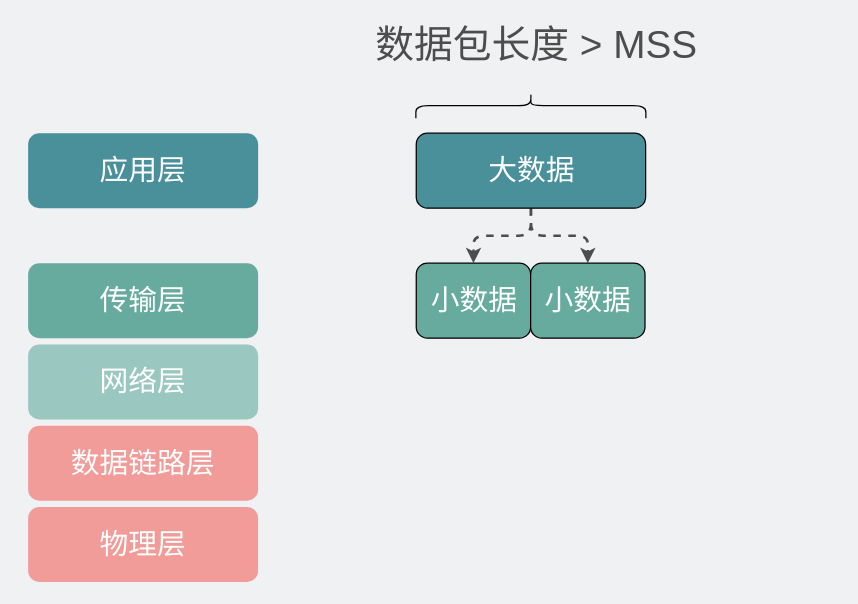
Before: network/MTU分包.drawio in xiaobaiTech/image, a draw.io diagram. Source tidied: cells renumbered, new cells numbered last; positions are measured from the earlier drawing's top-left corner, leaving out a move shared by most shapes. Both pictures are drawn from the tidied source at 125%, with x=0, y=0 at pixel (28, -10).
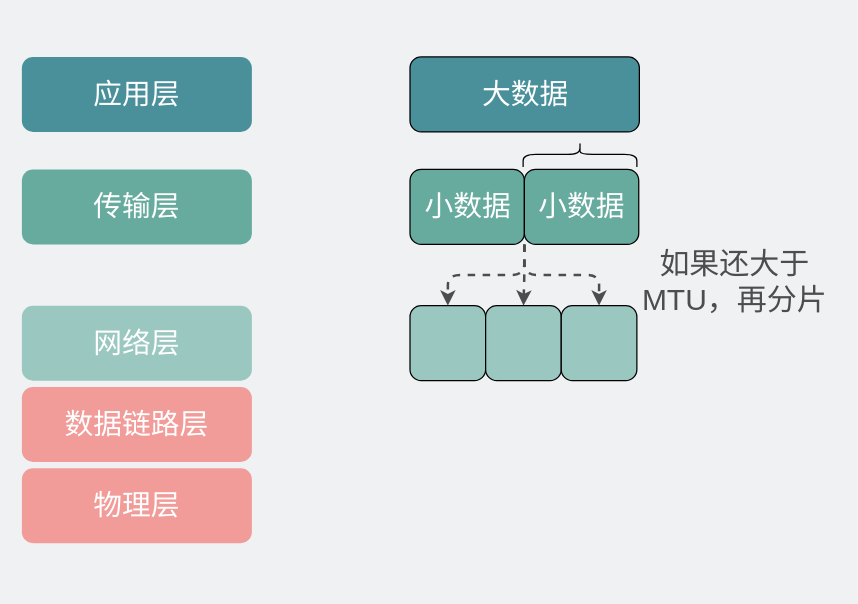
After the change.

The edit, as a diff of the source:
```diff
@@
 <mxGraphModel background="#EFF1F3">
   <root>
     <mxCell id="0" />
     <mxCell id="1" parent="0" />
     <mxCell id="2" value="&lt;font style=&quot;font-size: 23px;&quot;&gt;应用层&lt;/font&gt;" style="rounded=1;whiteSpace=wrap;html=1;fillColor=#4a909b;strokeColor=none;fontColor=#FFFFFF;" parent="1" vertex="1">
-      <mxGeometry y="114" width="184" height="60" as="geometry" />
+      <mxGeometry x="-5" y="53" width="184" height="60" as="geometry" />
     </mxCell>
     <mxCell id="3" value="&lt;font style=&quot;font-size: 23px;&quot;&gt;传输层&lt;/font&gt;" style="rounded=1;whiteSpace=wrap;html=1;fillColor=#67AB9F;strokeColor=none;fontColor=#FFFFFF;" parent="1" vertex="1">
-      <mxGeometry y="218" width="184" height="60" as="geometry" />
+      <mxGeometry x="-5" y="143" width="184" height="60" as="geometry" />
     </mxCell>
     <mxCell id="4" value="&lt;font style=&quot;font-size: 23px;&quot;&gt;网络层&lt;/font&gt;" style="rounded=1;whiteSpace=wrap;html=1;fillColor=#9AC7BF;strokeColor=none;fontColor=#FFFFFF;" parent="1" vertex="1">
-      <mxGeometry y="283" width="184" height="60" as="geometry" />
+      <mxGeometry x="-5" y="252" width="184" height="60" as="geometry" />
     </mxCell>
     <mxCell id="5" value="&lt;font style=&quot;font-size: 23px;&quot;&gt;数据链路层&lt;/font&gt;" style="rounded=1;whiteSpace=wrap;html=1;fillColor=#F19C99;strokeColor=none;fontColor=#FFFFFF;" parent="1" vertex="1">
-      <mxGeometry y="348" width="184" height="60" as="geometry" />
+      <mxGeometry x="-5" y="317" width="184" height="60" as="geometry" />
     </mxCell>
     <mxCell id="6" value="&lt;font style=&quot;font-size: 23px;&quot;&gt;物理层&lt;/font&gt;" style="rounded=1;whiteSpace=wrap;html=1;fillColor=#F19C99;strokeColor=none;fontColor=#FFFFFF;" parent="1" vertex="1">
-      <mxGeometry y="413" width="184" height="60" as="geometry" />
+      <mxGeometry x="-5" y="382" width="184" height="60" as="geometry" />
     </mxCell>
-    <mxCell id="7" style="edgeStyle=orthogonalEdgeStyle;rounded=1;jettySize=auto;html=1;exitX=0.5;exitY=1;exitDx=0;exitDy=0;dashed=1;strokeColor=#4D4D4D;strokeWidth=2;" parent="1" edge="1" source="9" target="11">
-      <mxGeometry relative="1" as="geometry" />
-    </mxCell>
-    <mxCell id="8" style="edgeStyle=orthogonalEdgeStyle;rounded=1;jettySize=auto;html=1;exitX=0.5;exitY=1;exitDx=0;exitDy=0;entryX=0.5;entryY=0;entryDx=0;entryDy=0;dashed=1;strokeColor=#4D4D4D;strokeWidth=2;" parent="1" edge="1" source="9" target="12">
-      <mxGeometry relative="1" as="geometry" />
-    </mxCell>
     <mxCell id="9" value="&lt;font style=&quot;font-size: 23px;&quot;&gt;大数据&lt;/font&gt;" style="rounded=1;whiteSpace=wrap;html=1;fillColor=#4a909b;strokeColor=default;fontColor=#FFFFFF;" parent="1" vertex="1">
-      <mxGeometry x="310.5" y="114" width="183.5" height="60" as="geometry" />
+      <mxGeometry x="305.5" y="53" width="183.5" height="60" as="geometry" />
     </mxCell>
-    <mxCell id="10" value="&lt;font color=&quot;#4d4d4d&quot; style=&quot;font-size: 31px;&quot;&gt;数据包长度 &amp;gt; MSS&lt;/font&gt;" style="text;html=1;strokeColor=none;fillColor=none;align=center;verticalAlign=middle;whiteSpace=wrap;rounded=0;" parent="1" vertex="1">
-      <mxGeometry x="264" y="28" width="286" height="30" as="geometry" />
+    <mxCell id="10" value="&lt;font color=&quot;#4d4d4d&quot; style=&quot;font-size: 24px;&quot;&gt;如果还大于MTU，再分片&lt;/font&gt;" style="text;html=1;strokeColor=none;fillColor=none;align=center;verticalAlign=middle;whiteSpace=wrap;rounded=0;" parent="1" vertex="1">
+      <mxGeometry x="484" y="218" width="163" height="30" as="geometry" />
     </mxCell>
     <mxCell id="11" value="&lt;font style=&quot;font-size: 23px;&quot;&gt;小数据&lt;/font&gt;" style="rounded=1;whiteSpace=wrap;html=1;fillColor=#67AB9F;strokeColor=default;fontColor=#FFFFFF;" parent="1" vertex="1">
-      <mxGeometry x="310.5" y="218" width="91.5" height="60" as="geometry" />
+      <mxGeometry x="305.5" y="143" width="91.5" height="60" as="geometry" />
     </mxCell>
+    <mxCell id="14" style="edgeStyle=orthogonalEdgeStyle;rounded=1;jettySize=auto;html=1;exitX=0;exitY=1;exitDx=0;exitDy=0;dashed=1;strokeWidth=2;strokeColor=#4D4D4D;" parent="1" edge="1" source="12" target="17">
+      <mxGeometry relative="1" as="geometry" />
+    </mxCell>
+    <mxCell id="15" style="edgeStyle=orthogonalEdgeStyle;rounded=1;jettySize=auto;html=1;exitX=0;exitY=1;exitDx=0;exitDy=0;entryX=0.5;entryY=0;entryDx=0;entryDy=0;dashed=1;strokeWidth=2;strokeColor=#4D4D4D;" parent="1" edge="1" source="12" target="18">
+      <mxGeometry relative="1" as="geometry" />
+    </mxCell>
+    <mxCell id="16" style="edgeStyle=orthogonalEdgeStyle;rounded=1;jettySize=auto;html=1;exitX=0;exitY=1;exitDx=0;exitDy=0;entryX=0.5;entryY=0;entryDx=0;entryDy=0;dashed=1;strokeWidth=2;strokeColor=#4D4D4D;" parent="1" edge="1" source="12" target="19">
+      <mxGeometry relative="1" as="geometry" />
+    </mxCell>
     <mxCell id="12" value="&lt;font style=&quot;font-size: 23px;&quot;&gt;小数据&lt;/font&gt;" style="rounded=1;whiteSpace=wrap;html=1;fillColor=#67AB9F;strokeColor=default;fontColor=#FFFFFF;" parent="1" vertex="1">
-      <mxGeometry x="402" y="218" width="91.5" height="60" as="geometry" />
+      <mxGeometry x="397" y="143" width="91.5" height="60" as="geometry" />
     </mxCell>
     <mxCell id="13" style="shape=curlyBracket;whiteSpace=wrap;html=1;rounded=1;flipH=1;labelPosition=right;verticalLabelPosition=middle;align=left;verticalAlign=middle;rotation=-90;" parent="1" vertex="1">
-      <mxGeometry x="392.2" width="20" height="184" as="geometry" />
+      <mxGeometry x="431.5" y="85.5" width="20" height="91" as="geometry" />
     </mxCell>
+    <mxCell id="17" style="rounded=1;whiteSpace=wrap;html=1;fillColor=#9AC7BF;strokeColor=default;fontColor=#FFFFFF;" parent="1" vertex="1">
+      <mxGeometry x="305.5" y="252" width="60.5" height="60" as="geometry" />
+    </mxCell>
+    <mxCell id="18" style="rounded=1;whiteSpace=wrap;html=1;fillColor=#9AC7BF;strokeColor=default;fontColor=#FFFFFF;" parent="1" vertex="1">
+      <mxGeometry x="366" y="252" width="60.5" height="60" as="geometry" />
+    </mxCell>
+    <mxCell id="19" style="rounded=1;whiteSpace=wrap;html=1;fillColor=#9AC7BF;strokeColor=default;fontColor=#FFFFFF;" parent="1" vertex="1">
+      <mxGeometry x="426.5" y="252" width="60.5" height="60" as="geometry" />
+    </mxCell>
   </root>
 </mxGraphModel>
```
